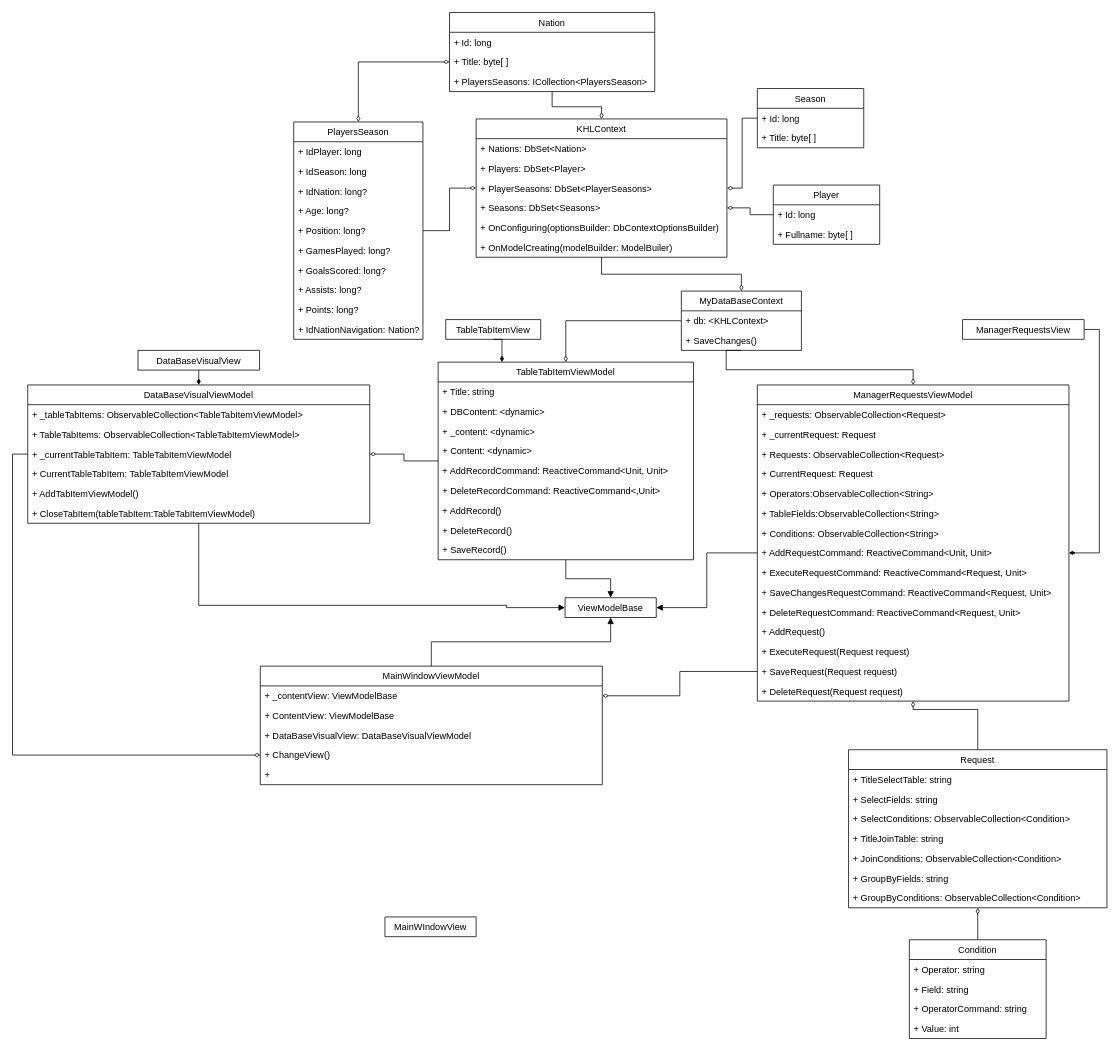
This is ClassDiagram.drawio from artemoshepkov/DataBaseViewer, a draw.io file, before an edit. Source tidied: cells renumbered, new cells numbered last; positions are measured from the earlier drawing's top-left corner, leaving out a move shared by most shapes. Both pictures are drawn from the tidied source at 76%, with x=0, y=0 at pixel (27, 12).
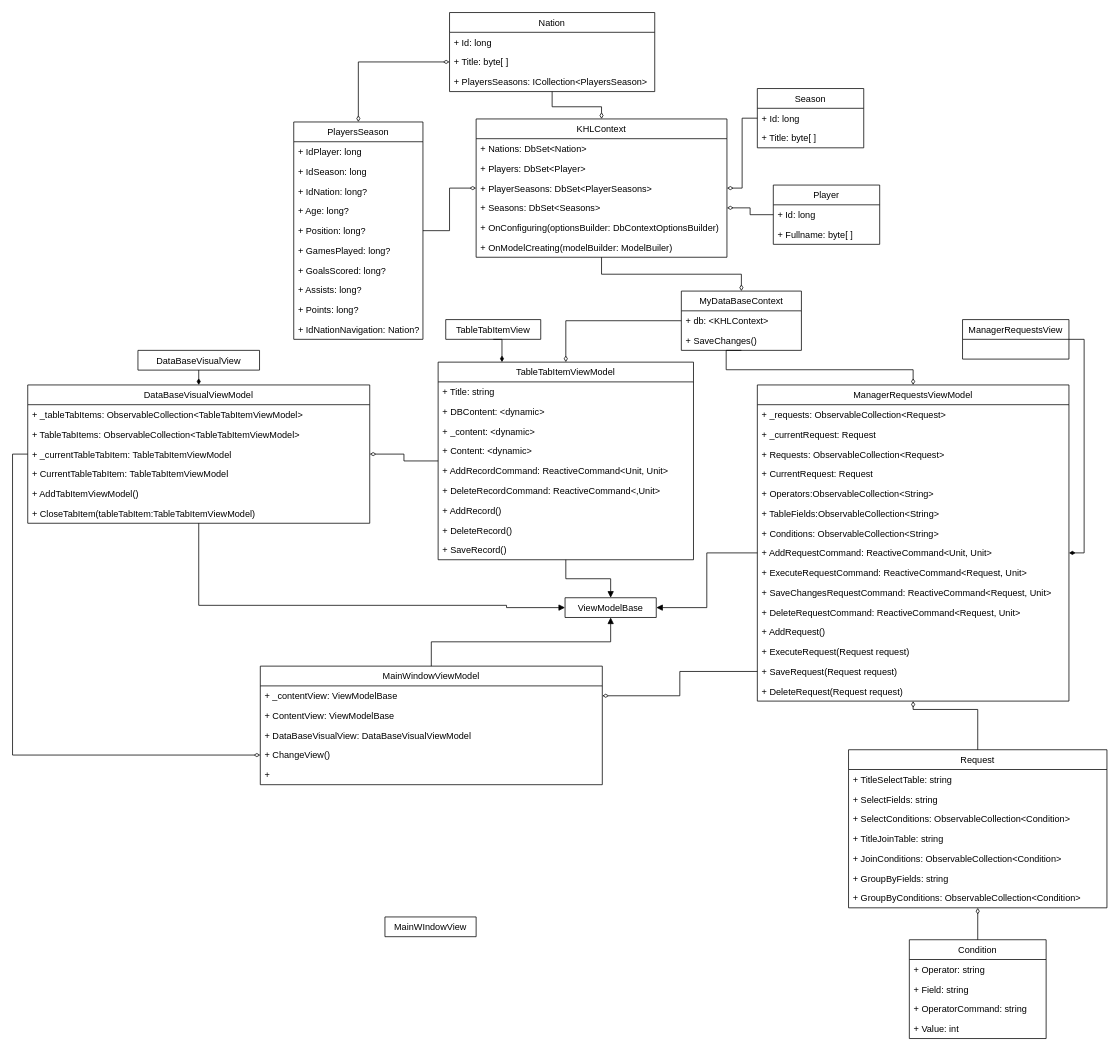
After the change.

Diff of the diagram source:
```diff
@@
-    <mxCell id="90" value="ManagerRequestsView" style="swimlane;fontStyle=0;horizontal=1;startSize=26;fillColor=none;rounded=0;shadow=0;glass=0;sketch=0;strokeColor=default;strokeWidth=1;" parent="1" vertex="1" collapsed="1">
-      <mxGeometry x="1230" y="404" width="160" height="26" as="geometry" />
+    <mxCell id="90" value="ManagerRequestsView" style="swimlane;fontStyle=0;horizontal=1;startSize=26;fillColor=none;rounded=0;shadow=0;glass=0;sketch=0;strokeColor=default;strokeWidth=1;" parent="1" vertex="1">
+      <mxGeometry x="1230" y="404" width="140" height="52" as="geometry" />
     </mxCell>
```
